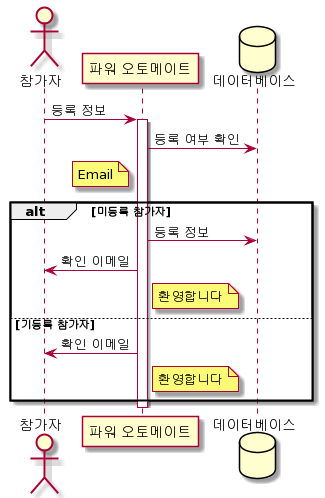
Earlier version of the PlantUML export processes/registration.png (devrel-kr/HackaLearn).
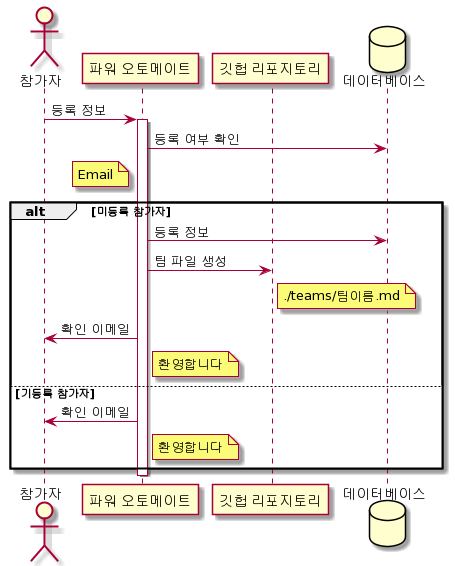
After the change.

Commit message:
Update seq diagram for registration process

Diff of the diagram source:
```diff
@@ -1,6 +1,7 @@
 @startuml
 actor 참가자 as P
 participant "파워 오토메이트" as PA
+participant "깃헙 리포지토리" as REPO
 database 데이터베이스 as DB
 
 P -> PA: 등록 정보
@@ -11,6 +12,10 @@
 end note
 alt 미등록 참가자
     PA -> DB: 등록 정보
+    PA -> REPO: 팀 파일 생성
+    note right REPO
+        ./teams/팀이름.md
+    end note
     PA -> P: 확인 이메일
     note right PA
         환영합니다
```
